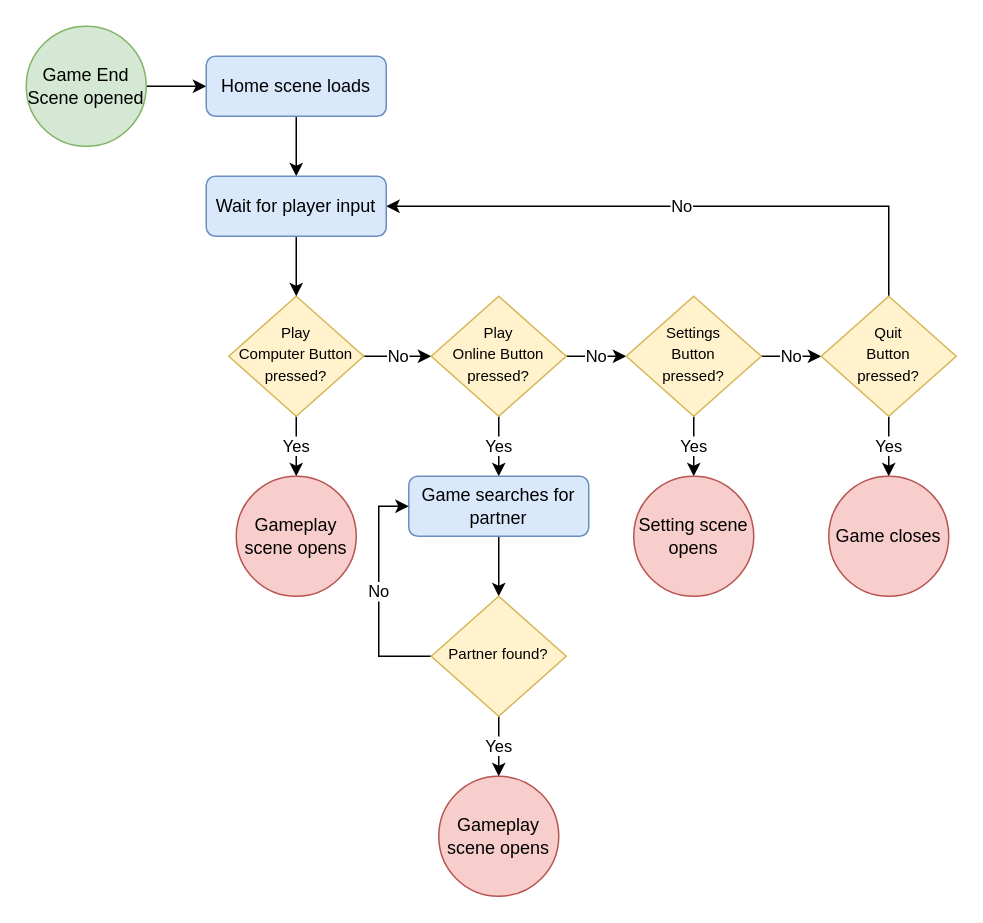
Earlier version of the draw.io diagram GameEndScene.drawio (zkturman/TiltaPong). Source tidied: cells renumbered, new cells numbered last; positions are measured from the earlier drawing's top-left corner, leaving out a move shared by most shapes. Both pictures are drawn from the tidied source at 150%, with x=0, y=0 at pixel (26, 26).
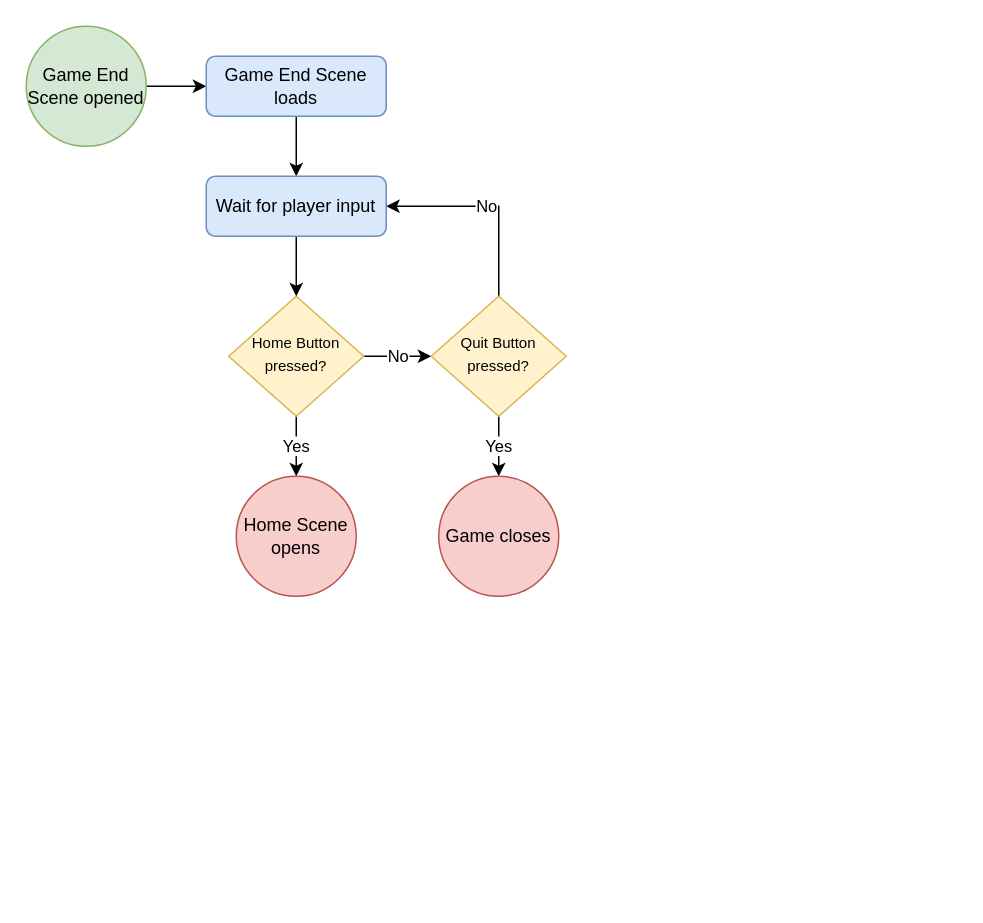
Above is the later version.

Unchanged cells that the change refers to:
```xml
<mxCell id="28" value="Wait for player input" style="rounded=1;whiteSpace=wrap;html=1;fillColor=#dae8fc;strokeColor=#6c8ebf;" parent="1" vertex="1">
  <mxGeometry x="120" y="100" width="120" height="40" as="geometry" />
</mxCell>
```

Change to the diagram source:
```diff
@@
-    <mxCell id="4" value="&lt;font style=&quot;font-size: 10px&quot;&gt;Play &lt;br&gt;Computer Button pressed?&lt;/font&gt;" style="rhombus;whiteSpace=wrap;html=1;shadow=0;fontFamily=Helvetica;fontSize=12;align=center;strokeWidth=1;spacing=6;spacingTop=-4;fillColor=#fff2cc;strokeColor=#d6b656;" parent="1" vertex="1">
+    <mxCell id="4" value="&lt;span style=&quot;font-size: 10px&quot;&gt;Home Button pressed?&lt;/span&gt;" style="rhombus;whiteSpace=wrap;html=1;shadow=0;fontFamily=Helvetica;fontSize=12;align=center;strokeWidth=1;spacing=6;spacingTop=-4;fillColor=#fff2cc;strokeColor=#d6b656;" parent="1" vertex="1">
       <mxGeometry x="135" y="180" width="90" height="80" as="geometry" />
     </mxCell>
@@
-    <mxCell id="7" value="No" style="edgeStyle=orthogonalEdgeStyle;rounded=0;jettySize=auto;html=1;exitX=1;exitY=0.5;exitDx=0;exitDy=0;entryX=0;entryY=0.5;entryDx=0;entryDy=0;" parent="1" edge="1" source="9" target="12">
-      <mxGeometry relative="1" as="geometry" />
-    </mxCell>
-    <mxCell id="8" value="Yes" style="edgeStyle=orthogonalEdgeStyle;rounded=0;jettySize=auto;html=1;exitX=0.5;exitY=1;exitDx=0;exitDy=0;" parent="1" edge="1" source="9" target="22">
+    <mxCell id="8" value="Yes" style="edgeStyle=orthogonalEdgeStyle;rounded=0;jettySize=auto;html=1;exitX=0.5;exitY=1;exitDx=0;exitDy=0;entryX=0.5;entryY=0;entryDx=0;entryDy=0;" parent="1" edge="1" source="9" target="20">
       <mxGeometry relative="1" as="geometry" />
     </mxCell>
+    <mxCell id="13" value="No" style="edgeStyle=orthogonalEdgeStyle;rounded=0;jettySize=auto;html=1;exitX=0.5;exitY=0;exitDx=0;exitDy=0;entryX=1;entryY=0.5;entryDx=0;entryDy=0;" parent="1" edge="1" source="9" target="28">
+      <mxGeometry relative="1" as="geometry" />
+    </mxCell>
-    <mxCell id="9" value="&lt;font style=&quot;font-size: 10px&quot;&gt;Play &lt;br&gt;Online Button pressed?&lt;/font&gt;" style="rhombus;whiteSpace=wrap;html=1;shadow=0;fontFamily=Helvetica;fontSize=12;align=center;strokeWidth=1;spacing=6;spacingTop=-4;fillColor=#fff2cc;strokeColor=#d6b656;" parent="1" vertex="1">
+    <mxCell id="9" value="&lt;span style=&quot;font-size: 10px&quot;&gt;Quit Button pressed?&lt;/span&gt;" style="rhombus;whiteSpace=wrap;html=1;shadow=0;fontFamily=Helvetica;fontSize=12;align=center;strokeWidth=1;spacing=6;spacingTop=-4;fillColor=#fff2cc;strokeColor=#d6b656;" parent="1" vertex="1">
       <mxGeometry x="270" y="180" width="90" height="80" as="geometry" />
     </mxCell>
-    <mxCell id="10" value="No" style="edgeStyle=orthogonalEdgeStyle;rounded=0;jettySize=auto;html=1;exitX=1;exitY=0.5;exitDx=0;exitDy=0;entryX=0;entryY=0.5;entryDx=0;entryDy=0;" parent="1" edge="1" source="12" target="15">
-      <mxGeometry relative="1" as="geometry" />
-    </mxCell>
-    <mxCell id="11" value="Yes" style="edgeStyle=orthogonalEdgeStyle;rounded=0;jettySize=auto;html=1;exitX=0.5;exitY=1;exitDx=0;exitDy=0;" parent="1" edge="1" source="12" target="19">
-      <mxGeometry relative="1" as="geometry" />
-    </mxCell>
-    <mxCell id="12" value="&lt;font style=&quot;font-size: 10px&quot;&gt;Settings &lt;br&gt;Button &lt;br&gt;pressed?&lt;/font&gt;" style="rhombus;whiteSpace=wrap;html=1;shadow=0;fontFamily=Helvetica;fontSize=12;align=center;strokeWidth=1;spacing=6;spacingTop=-4;fillColor=#fff2cc;strokeColor=#d6b656;" parent="1" vertex="1">
-      <mxGeometry x="400" y="180" width="90" height="80" as="geometry" />
-    </mxCell>
-    <mxCell id="13" value="No" style="edgeStyle=orthogonalEdgeStyle;rounded=0;jettySize=auto;html=1;exitX=0.5;exitY=0;exitDx=0;exitDy=0;entryX=1;entryY=0.5;entryDx=0;entryDy=0;" parent="1" edge="1" source="15" target="28">
-      <mxGeometry relative="1" as="geometry" />
-    </mxCell>
-    <mxCell id="14" value="Yes" style="edgeStyle=orthogonalEdgeStyle;rounded=0;jettySize=auto;html=1;exitX=0.5;exitY=1;exitDx=0;exitDy=0;" parent="1" edge="1" source="15" target="18">
-      <mxGeometry relative="1" as="geometry" />
-    </mxCell>
-    <mxCell id="15" value="&lt;font style=&quot;font-size: 10px&quot;&gt;Quit&lt;br&gt;Button &lt;br&gt;pressed?&lt;/font&gt;" style="rhombus;whiteSpace=wrap;html=1;shadow=0;fontFamily=Helvetica;fontSize=12;align=center;strokeWidth=1;spacing=6;spacingTop=-4;fillColor=#fff2cc;strokeColor=#d6b656;" parent="1" vertex="1">
-      <mxGeometry x="530" y="180" width="90" height="80" as="geometry" />
-    </mxCell>
@@
-    <mxCell id="17" value="Home scene loads" style="rounded=1;whiteSpace=wrap;html=1;fillColor=#dae8fc;strokeColor=#6c8ebf;" parent="1" vertex="1">
+    <mxCell id="17" value="Game End Scene loads" style="rounded=1;whiteSpace=wrap;html=1;fillColor=#dae8fc;strokeColor=#6c8ebf;" parent="1" vertex="1">
       <mxGeometry x="120" y="20" width="120" height="40" as="geometry" />
     </mxCell>
-    <mxCell id="18" value="Game closes" style="ellipse;whiteSpace=wrap;html=1;fillColor=#f8cecc;strokeColor=#b85450;" parent="1" vertex="1">
-      <mxGeometry x="535" y="300" width="80" height="80" as="geometry" />
-    </mxCell>
-    <mxCell id="19" value="Setting scene opens" style="ellipse;whiteSpace=wrap;html=1;fillColor=#f8cecc;strokeColor=#b85450;" parent="1" vertex="1">
-      <mxGeometry x="405" y="300" width="80" height="80" as="geometry" />
-    </mxCell>
-    <mxCell id="20" value="Gameplay scene opens" style="ellipse;whiteSpace=wrap;html=1;fillColor=#f8cecc;strokeColor=#b85450;" parent="1" vertex="1">
-      <mxGeometry x="275" y="500" width="80" height="80" as="geometry" />
+    <mxCell id="20" value="Game closes" style="ellipse;whiteSpace=wrap;html=1;fillColor=#f8cecc;strokeColor=#b85450;" parent="1" vertex="1">
+      <mxGeometry x="275" y="300" width="80" height="80" as="geometry" />
     </mxCell>
-    <mxCell id="21" style="edgeStyle=orthogonalEdgeStyle;rounded=0;jettySize=auto;html=1;exitX=0.5;exitY=1;exitDx=0;exitDy=0;entryX=0.5;entryY=0;entryDx=0;entryDy=0;" parent="1" edge="1" source="22" target="25">
-      <mxGeometry relative="1" as="geometry" />
-    </mxCell>
-    <mxCell id="22" value="Game searches for partner" style="rounded=1;whiteSpace=wrap;html=1;fillColor=#dae8fc;strokeColor=#6c8ebf;" parent="1" vertex="1">
-      <mxGeometry x="255" y="300" width="120" height="40" as="geometry" />
-    </mxCell>
-    <mxCell id="23" value="No" style="edgeStyle=orthogonalEdgeStyle;rounded=0;jettySize=auto;html=1;exitX=0;exitY=0.5;exitDx=0;exitDy=0;entryX=0;entryY=0.5;entryDx=0;entryDy=0;" parent="1" edge="1" source="25" target="22">
-      <mxGeometry relative="1" as="geometry" />
-    </mxCell>
-    <mxCell id="24" value="Yes" style="edgeStyle=orthogonalEdgeStyle;rounded=0;jettySize=auto;html=1;exitX=0.5;exitY=1;exitDx=0;exitDy=0;" parent="1" edge="1" source="25" target="20">
-      <mxGeometry relative="1" as="geometry" />
-    </mxCell>
-    <mxCell id="25" value="&lt;span style=&quot;font-size: 10px&quot;&gt;Partner found?&lt;/span&gt;" style="rhombus;whiteSpace=wrap;html=1;shadow=0;fontFamily=Helvetica;fontSize=12;align=center;strokeWidth=1;spacing=6;spacingTop=-4;fillColor=#fff2cc;strokeColor=#d6b656;" parent="1" vertex="1">
-      <mxGeometry x="270" y="380" width="90" height="80" as="geometry" />
-    </mxCell>
-    <mxCell id="26" value="Gameplay scene opens" style="ellipse;whiteSpace=wrap;html=1;fillColor=#f8cecc;strokeColor=#b85450;" parent="1" vertex="1">
+    <mxCell id="26" value="Home Scene opens" style="ellipse;whiteSpace=wrap;html=1;fillColor=#f8cecc;strokeColor=#b85450;" parent="1" vertex="1">
       <mxGeometry x="140" y="300" width="80" height="80" as="geometry" />
     </mxCell>
```
